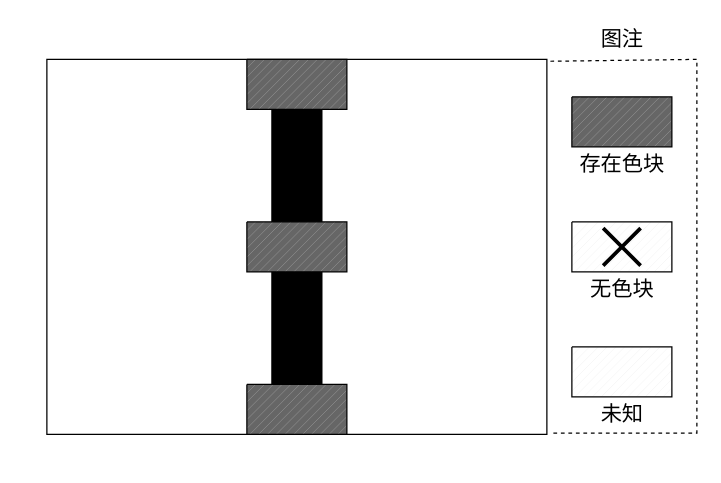
This is Untitled Diagram9.drawio from Thomas-Pynchon/Thomas-Pynchon.github.io, a draw.io file, before an edit. Source tidied: cells renumbered, new cells numbered last; positions are measured from the earlier drawing's top-left corner, leaving out a move shared by most shapes. Both pictures are drawn from the tidied source at 125%, with x=0, y=0 at pixel (46, 21).
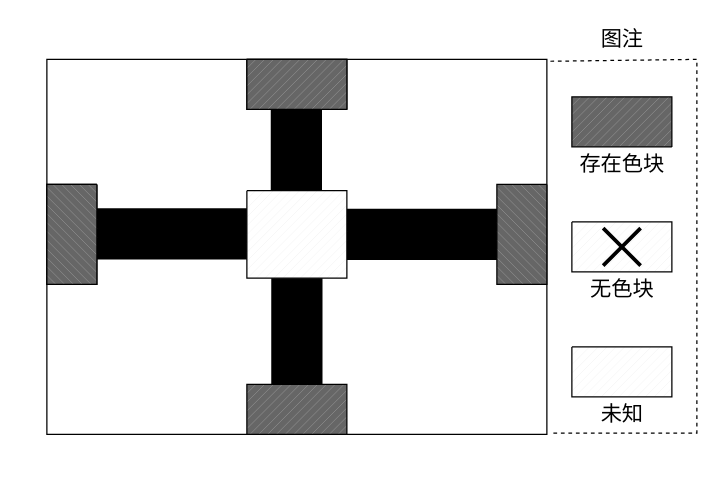
After the change.

Change to the diagram source:
```diff
@@
+    <mxCell id="16" style="endArrow=none;html=1;rounded=0;fontSize=17;endSize=6;jumpSize=7;strokeWidth=41;" parent="1" edge="1">
+      <mxGeometry relative="1" as="geometry">
+        <mxPoint x="199.6" y="155" as="sourcePoint" />
+        <mxPoint x="199.6" y="30" as="targetPoint" />
+      </mxGeometry>
+    </mxCell>
+    <mxCell id="17" style="endArrow=none;html=1;rounded=0;fontSize=17;endSize=6;strokeWidth=41;jumpSize=7;exitX=0.5;exitY=0;exitDx=0;exitDy=0;exitPerimeter=0;startArrow=none;" parent="1" edge="1">
+      <mxGeometry relative="1" as="geometry">
+        <mxPoint x="180" y="169.6" as="sourcePoint" />
+        <mxPoint y="169.6" as="targetPoint" />
+      </mxGeometry>
+    </mxCell>
+    <mxCell id="18" style="endArrow=none;html=1;rounded=0;fontSize=17;endSize=6;strokeWidth=41;jumpSize=7;exitX=0.5;exitY=0;exitDx=0;exitDy=0;exitPerimeter=0;startArrow=none;" parent="1" edge="1" source="25">
+      <mxGeometry relative="1" as="geometry">
+        <mxPoint x="220" y="170" as="targetPoint" />
+      </mxGeometry>
+    </mxCell>
@@
-    <mxCell id="4" style="verticalLabelPosition=bottom;verticalAlign=top;html=1;shape=mxgraph.basic.patternFillRect;fillStyle=diag;step=5;fillStrokeWidth=0.2;fillStrokeColor=#dddddd;fillColor=#666666;" parent="1" vertex="1">
-      <mxGeometry x="420" y="60" width="80" height="40" as="geometry" />
-    </mxCell>
@@
-    <mxCell id="12" style="endArrow=none;html=1;rounded=0;fontSize=17;endSize=6;jumpSize=7;strokeWidth=41;" parent="1" edge="1">
+    <mxCell id="12" style="endArrow=none;html=1;rounded=0;fontSize=17;endSize=6;jumpSize=7;strokeWidth=41;startArrow=none;" parent="1" edge="1" source="21">
       <mxGeometry relative="1" as="geometry">
-        <mxPoint x="200" y="330" as="sourcePoint" />
-        <mxPoint x="200" y="30" as="targetPoint" />
+        <mxPoint x="200" y="150" as="targetPoint" />
         <Array as="points">
           <mxPoint x="200" y="150" />
         </Array>
       </mxGeometry>
     </mxCell>
-    <mxCell id="13" style="verticalLabelPosition=bottom;verticalAlign=top;html=1;shape=mxgraph.basic.patternFillRect;fillStyle=diag;step=5;fillStrokeWidth=0.2;fillStrokeColor=#dddddd;fillColor=#666666;" parent="1" vertex="1">
-      <mxGeometry x="160" y="30" width="80" height="40" as="geometry" />
-    </mxCell>
-    <mxCell id="14" style="verticalLabelPosition=bottom;verticalAlign=top;html=1;shape=mxgraph.basic.patternFillRect;fillStyle=diag;step=5;fillStrokeWidth=0.2;fillStrokeColor=#dddddd;fillColor=#666666;" parent="1" vertex="1">
-      <mxGeometry x="160" y="160" width="80" height="40" as="geometry" />
-    </mxCell>
-    <mxCell id="15" style="verticalLabelPosition=bottom;verticalAlign=top;html=1;shape=mxgraph.basic.patternFillRect;fillStyle=diag;step=5;fillStrokeWidth=0.2;fillStrokeColor=#dddddd;fillColor=#666666;" parent="1" vertex="1">
-      <mxGeometry x="160" y="290" width="80" height="40" as="geometry" />
-    </mxCell>
+    <mxCell id="19" style="endArrow=none;html=1;rounded=0;fontSize=17;endSize=6;strokeWidth=41;jumpSize=7;exitX=0.004;exitY=0.497;exitDx=0;exitDy=0;exitPerimeter=0;" parent="1" edge="1">
+      <mxGeometry relative="1" as="geometry">
+        <mxPoint x="-0.4" y="169.1" as="sourcePoint" />
+        <mxPoint y="169.1" as="targetPoint" />
+      </mxGeometry>
+    </mxCell>
+    <mxCell id="20" style="verticalLabelPosition=bottom;verticalAlign=top;html=1;shape=mxgraph.basic.patternFillRect;fillStyle=diag;step=5;fillStrokeWidth=0.2;fillStrokeColor=#dddddd;fillColor=#666666;direction=west;" parent="1" vertex="1">
+      <mxGeometry x="420" y="60" width="80" height="40" as="geometry" />
+    </mxCell>
+    <mxCell id="21" style="verticalLabelPosition=bottom;verticalAlign=top;html=1;shape=mxgraph.basic.patternFillRect;fillStyle=diag;step=5;fillStrokeWidth=0.2;fillStrokeColor=#dddddd;fillColor=#FFFFFF;rotation=0;" parent="1" vertex="1">
+      <mxGeometry x="160" y="135" width="80" height="70" as="geometry" />
+    </mxCell>
+    <mxCell id="22" style="endArrow=none;html=1;rounded=0;fontSize=17;endSize=6;jumpSize=7;strokeWidth=41;" parent="1" edge="1" target="21">
+      <mxGeometry relative="1" as="geometry">
+        <mxPoint x="200" y="330" as="sourcePoint" />
+      </mxGeometry>
+    </mxCell>
+    <mxCell id="23" style="verticalLabelPosition=bottom;verticalAlign=top;html=1;shape=mxgraph.basic.patternFillRect;fillStyle=diag;step=5;fillStrokeWidth=0.2;fillStrokeColor=#dddddd;fillColor=#FFFFFF;" parent="1" vertex="1">
+      <mxGeometry x="160" y="30" width="80" height="40" as="geometry" />
+    </mxCell>
+    <mxCell id="24" style="verticalLabelPosition=bottom;verticalAlign=top;html=1;shape=mxgraph.basic.patternFillRect;fillStyle=diag;step=5;fillStrokeWidth=0.2;fillStrokeColor=#dddddd;fillColor=#666666;direction=west;" parent="1" vertex="1">
+      <mxGeometry x="160" y="290" width="80" height="40" as="geometry" />
+    </mxCell>
+    <mxCell id="25" style="verticalLabelPosition=bottom;verticalAlign=top;html=1;shape=mxgraph.basic.patternFillRect;fillStyle=diag;step=5;fillStrokeWidth=0.2;fillStrokeColor=#dddddd;fillColor=#666666;direction=south;" parent="1" vertex="1">
+      <mxGeometry x="360" y="130" width="40" height="80" as="geometry" />
+    </mxCell>
+    <mxCell id="26" style="verticalLabelPosition=bottom;verticalAlign=top;html=1;shape=mxgraph.basic.patternFillRect;fillStyle=diag;step=5;fillStrokeWidth=0.2;fillStrokeColor=#dddddd;fillColor=#FFFFFF;rotation=90;" parent="1" vertex="1">
+      <mxGeometry x="-20" y="150" width="80" height="40" as="geometry" />
+    </mxCell>
+    <mxCell id="27" style="shape=umlDestroy;whiteSpace=wrap;html=1;strokeWidth=3;fillColor=#FFFFFF;" parent="1" vertex="1">
+      <mxGeometry x="5" y="155" width="30" height="30" as="geometry" />
+    </mxCell>
+    <mxCell id="28" style="verticalLabelPosition=bottom;verticalAlign=top;html=1;shape=mxgraph.basic.patternFillRect;fillStyle=diag;step=5;fillStrokeWidth=0.2;fillStrokeColor=#dddddd;fillColor=#666666;direction=south;" parent="1" vertex="1">
+      <mxGeometry y="130" width="40" height="80" as="geometry" />
+    </mxCell>
+    <mxCell id="29" style="verticalLabelPosition=bottom;verticalAlign=top;html=1;shape=mxgraph.basic.patternFillRect;fillStyle=diag;step=5;fillStrokeWidth=0.2;fillStrokeColor=#dddddd;fillColor=#666666;direction=west;" parent="1" vertex="1">
+      <mxGeometry x="160" y="30" width="80" height="40" as="geometry" />
+    </mxCell>
```
